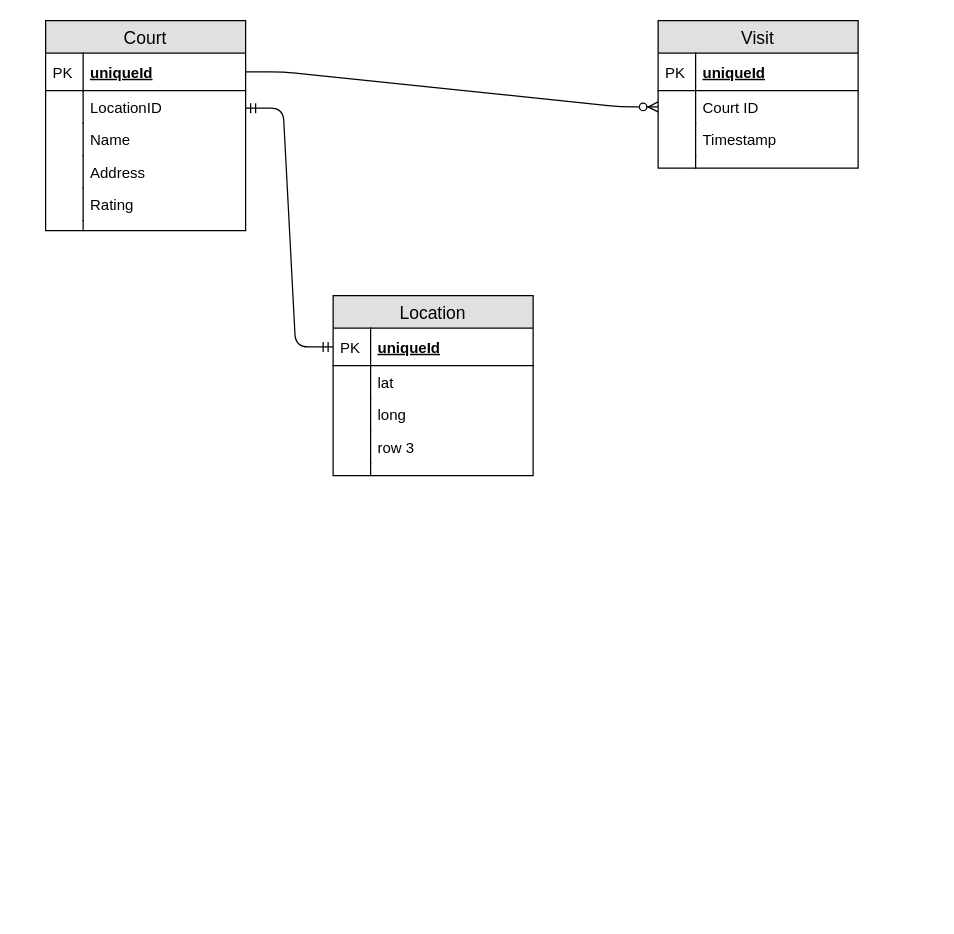
Before: Next-Run.drawio in J-A-H/Next-Run, a draw.io diagram. Source tidied: cells renumbered, new cells numbered last; positions are measured from the earlier drawing's top-left corner, leaving out a move shared by most shapes. Both pictures are drawn from the tidied source at 125%, with x=0, y=0 at pixel (45, 20).
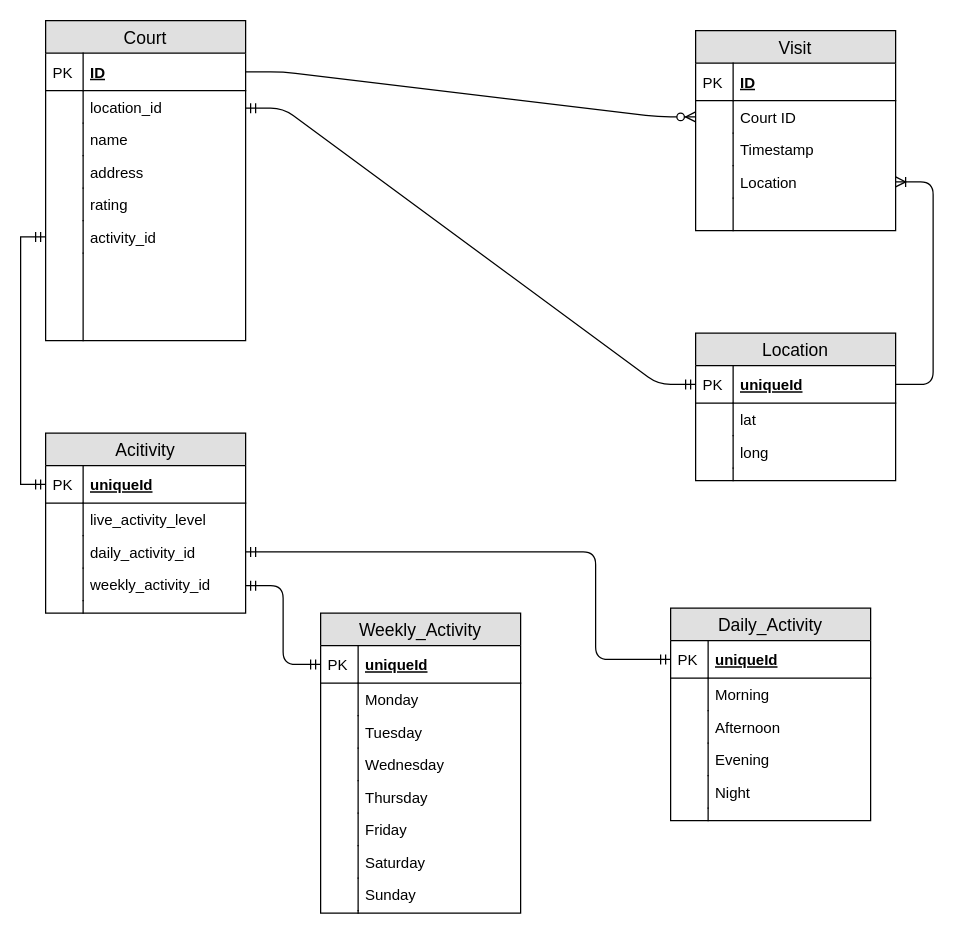
The same diagram, later.

Commit message:
Added Activity table

The change refers to these unchanged cells:
```xml
<mxCell id="18" value="Court ID" style="shape=partialRectangle;top=0;left=0;right=0;bottom=0;align=left;verticalAlign=top;fillColor=none;spacingLeft=34;spacingRight=4;overflow=hidden;points=[[0,0.5],[1,0.5]];portConstraint=eastwest;fontSize=12;" parent="15" vertex="1">
  <mxGeometry y="56" width="160" height="26" as="geometry" />
</mxCell>
<mxCell id="25" value="uniqueId" style="shape=partialRectangle;top=0;left=0;right=0;bottom=1;align=left;verticalAlign=middle;fillColor=none;spacingLeft=34;spacingRight=4;overflow=hidden;points=[[0,0.5],[1,0.5]];portConstraint=eastwest;fontStyle=5;fontSize=12;" parent="24" vertex="1">
  <mxGeometry y="26" width="160" height="30" as="geometry" />
</mxCell>
```

Change to the diagram source:
```diff
@@
     <mxCell id="2" value="Court" style="swimlane;fontStyle=0;horizontal=1;startSize=26;fillColor=#e0e0e0;swimlaneFillColor=#ffffff;align=center;fontSize=14;" parent="1" vertex="1">
-      <mxGeometry width="160" height="168" as="geometry" />
+      <mxGeometry width="160" height="256" as="geometry" />
     </mxCell>
-    <mxCell id="3" value="uniqueId" style="shape=partialRectangle;top=0;left=0;right=0;bottom=1;align=left;verticalAlign=middle;fillColor=none;spacingLeft=34;spacingRight=4;overflow=hidden;points=[[0,0.5],[1,0.5]];portConstraint=eastwest;fontStyle=5;fontSize=12;" parent="2" vertex="1">
+    <mxCell id="3" value="ID" style="shape=partialRectangle;top=0;left=0;right=0;bottom=1;align=left;verticalAlign=middle;fillColor=none;spacingLeft=34;spacingRight=4;overflow=hidden;points=[[0,0.5],[1,0.5]];portConstraint=eastwest;fontStyle=5;fontSize=12;" parent="2" vertex="1">
       <mxGeometry y="26" width="160" height="30" as="geometry" />
     </mxCell>
@@
-    <mxCell id="5" value="LocationID" style="shape=partialRectangle;top=0;left=0;right=0;bottom=0;align=left;verticalAlign=top;fillColor=none;spacingLeft=34;spacingRight=4;overflow=hidden;fontSize=12;" parent="2" vertex="1">
+    <mxCell id="5" value="location_id" style="shape=partialRectangle;top=0;left=0;right=0;bottom=0;align=left;verticalAlign=top;fillColor=none;spacingLeft=34;spacingRight=4;overflow=hidden;fontSize=12;" parent="2" vertex="1">
       <mxGeometry y="56" width="160" height="26" as="geometry" />
     </mxCell>
@@
-    <mxCell id="7" value="Name" style="shape=partialRectangle;top=0;left=0;right=0;bottom=0;align=left;verticalAlign=top;fillColor=none;spacingLeft=34;spacingRight=4;overflow=hidden;fontSize=12;" parent="2" vertex="1">
+    <mxCell id="7" value="name" style="shape=partialRectangle;top=0;left=0;right=0;bottom=0;align=left;verticalAlign=top;fillColor=none;spacingLeft=34;spacingRight=4;overflow=hidden;fontSize=12;" parent="2" vertex="1">
       <mxGeometry y="82" width="160" height="26" as="geometry" />
     </mxCell>
@@
-    <mxCell id="9" value="Address" style="shape=partialRectangle;top=0;left=0;right=0;bottom=0;align=left;verticalAlign=top;fillColor=none;spacingLeft=34;spacingRight=4;overflow=hidden;fontSize=12;" parent="2" vertex="1">
+    <mxCell id="9" value="address" style="shape=partialRectangle;top=0;left=0;right=0;bottom=0;align=left;verticalAlign=top;fillColor=none;spacingLeft=34;spacingRight=4;overflow=hidden;fontSize=12;" parent="2" vertex="1">
       <mxGeometry y="108" width="160" height="26" as="geometry" />
     </mxCell>
@@
-    <mxCell id="11" value="Rating" style="shape=partialRectangle;top=0;left=0;right=0;bottom=0;align=left;verticalAlign=top;fillColor=none;spacingLeft=34;spacingRight=4;overflow=hidden;fontSize=12;" parent="2" vertex="1">
+    <mxCell id="11" value="rating" style="shape=partialRectangle;top=0;left=0;right=0;bottom=0;align=left;verticalAlign=top;fillColor=none;spacingLeft=34;spacingRight=4;overflow=hidden;fontSize=12;" parent="2" vertex="1">
       <mxGeometry y="134" width="160" height="26" as="geometry" />
     </mxCell>
@@
+    <mxCell id="37" value="activity_id" style="shape=partialRectangle;top=0;left=0;right=0;bottom=0;align=left;verticalAlign=top;fillColor=none;spacingLeft=34;spacingRight=4;overflow=hidden;points=[[0,0.5],[1,0.5]];portConstraint=eastwest;fontSize=12;" parent="2" vertex="1">
+      <mxGeometry y="160" width="160" height="26" as="geometry" />
+    </mxCell>
+    <mxCell id="38" style="shape=partialRectangle;top=0;left=0;bottom=0;fillColor=none;align=left;verticalAlign=top;spacingLeft=4;spacingRight=4;overflow=hidden;fontSize=12;" parent="37" vertex="1">
+      <mxGeometry width="30" height="26" as="geometry" />
+    </mxCell>
     <mxCell id="13" style="shape=partialRectangle;top=0;left=0;right=0;bottom=0;align=left;verticalAlign=top;fillColor=none;spacingLeft=34;spacingRight=4;overflow=hidden;fontSize=12;" parent="2" vertex="1">
-      <mxGeometry y="160" width="160" height="8" as="geometry" />
+      <mxGeometry y="186" width="160" height="70" as="geometry" />
     </mxCell>
     <mxCell id="14" style="shape=partialRectangle;top=0;left=0;bottom=0;fillColor=none;align=left;verticalAlign=top;spacingLeft=4;spacingRight=4;overflow=hidden;fontSize=12;" parent="13" vertex="1">
-      <mxGeometry width="30" height="8" as="geometry" />
+      <mxGeometry width="30" height="70" as="geometry" />
     </mxCell>
     <mxCell id="15" value="Visit" style="swimlane;fontStyle=0;horizontal=1;startSize=26;fillColor=#e0e0e0;swimlaneFillColor=#ffffff;align=center;fontSize=14;" parent="1" vertex="1">
-      <mxGeometry x="490" width="160" height="118" as="geometry" />
+      <mxGeometry x="520" y="8" width="160" height="160" as="geometry" />
     </mxCell>
-    <mxCell id="16" value="uniqueId" style="shape=partialRectangle;top=0;left=0;right=0;bottom=1;align=left;verticalAlign=middle;fillColor=none;spacingLeft=34;spacingRight=4;overflow=hidden;fontStyle=5;fontSize=12;" parent="15" vertex="1">
+    <mxCell id="16" value="ID" style="shape=partialRectangle;top=0;left=0;right=0;bottom=1;align=left;verticalAlign=middle;fillColor=none;spacingLeft=34;spacingRight=4;overflow=hidden;fontStyle=5;fontSize=12;" parent="15" vertex="1">
       <mxGeometry y="26" width="160" height="30" as="geometry" />
     </mxCell>
@@
+    <mxCell id="39" value="Location" style="shape=partialRectangle;top=0;left=0;right=0;bottom=0;align=left;verticalAlign=top;fillColor=none;spacingLeft=34;spacingRight=4;overflow=hidden;points=[[0,0.5],[1,0.5]];portConstraint=eastwest;fontSize=12;" parent="15" vertex="1">
+      <mxGeometry y="108" width="160" height="26" as="geometry" />
+    </mxCell>
+    <mxCell id="40" style="shape=partialRectangle;top=0;left=0;bottom=0;fillColor=none;align=left;verticalAlign=top;spacingLeft=4;spacingRight=4;overflow=hidden;fontSize=12;" parent="39" vertex="1">
+      <mxGeometry width="30" height="26" as="geometry" />
+    </mxCell>
     <mxCell id="22" style="shape=partialRectangle;top=0;left=0;right=0;bottom=0;align=left;verticalAlign=top;fillColor=none;spacingLeft=34;spacingRight=4;overflow=hidden;fontSize=12;" parent="15" vertex="1">
-      <mxGeometry y="108" width="160" height="10" as="geometry" />
+      <mxGeometry y="134" width="160" height="26" as="geometry" />
     </mxCell>
     <mxCell id="23" style="shape=partialRectangle;top=0;left=0;bottom=0;fillColor=none;align=left;verticalAlign=top;spacingLeft=4;spacingRight=4;overflow=hidden;fontSize=12;" parent="22" vertex="1">
-      <mxGeometry width="30" height="10" as="geometry" />
+      <mxGeometry width="30" height="26" as="geometry" />
     </mxCell>
     <mxCell id="24" value="Location" style="swimlane;fontStyle=0;horizontal=1;startSize=26;fillColor=#e0e0e0;swimlaneFillColor=#ffffff;align=center;fontSize=14;" parent="1" vertex="1">
-      <mxGeometry x="230" y="220" width="160" height="144" as="geometry" />
+      <mxGeometry x="520" y="250" width="160" height="118" as="geometry" />
     </mxCell>
@@
-    <mxCell id="31" value="row 3" style="shape=partialRectangle;top=0;left=0;right=0;bottom=0;align=left;verticalAlign=top;fillColor=none;spacingLeft=34;spacingRight=4;overflow=hidden;fontSize=12;" parent="24" vertex="1">
-      <mxGeometry y="108" width="160" height="26" as="geometry" />
-    </mxCell>
-    <mxCell id="32" style="shape=partialRectangle;top=0;left=0;bottom=0;fillColor=none;align=left;verticalAlign=top;spacingLeft=4;spacingRight=4;overflow=hidden;fontSize=12;" parent="31" vertex="1">
-      <mxGeometry width="30" height="26" as="geometry" />
-    </mxCell>
     <mxCell id="33" style="shape=partialRectangle;top=0;left=0;right=0;bottom=0;align=left;verticalAlign=top;fillColor=none;spacingLeft=34;spacingRight=4;overflow=hidden;fontSize=12;" parent="24" vertex="1">
-      <mxGeometry y="134" width="160" height="10" as="geometry" />
+      <mxGeometry y="108" width="160" height="10" as="geometry" />
     </mxCell>
@@
-    <mxCell id="35" style="edgeStyle=entityRelationEdgeStyle;fontSize=12;html=1;endArrow=ERzeroToMany;endFill=1;exitX=1;exitY=0.5;exitDx=0;exitDy=0;entryX=0;entryY=0.5;entryDx=0;entryDy=0;" parent="1" edge="1" source="3" target="18">
+    <mxCell id="35" style="edgeStyle=entityRelationEdgeStyle;fontSize=12;html=1;endArrow=ERzeroToMany;endFill=1;exitX=1;exitY=0.5;exitDx=0;exitDy=0;" parent="1" edge="1" source="3" target="18">
       <mxGeometry relative="1" as="geometry" />
     </mxCell>
@@
+    <mxCell id="41" style="edgeStyle=entityRelationEdgeStyle;fontSize=12;html=1;endArrow=ERoneToMany;exitX=1;exitY=0.5;exitDx=0;exitDy=0;" parent="1" edge="1" source="25" target="39">
+      <mxGeometry relative="1" as="geometry" />
+    </mxCell>
+    <mxCell id="42" value="Acitivity" style="swimlane;fontStyle=0;horizontal=1;startSize=26;fillColor=#e0e0e0;swimlaneFillColor=#ffffff;align=center;fontSize=14;" parent="1" vertex="1">
+      <mxGeometry y="330" width="160" height="144" as="geometry" />
+    </mxCell>
+    <mxCell id="43" value="uniqueId" style="shape=partialRectangle;top=0;left=0;right=0;bottom=1;align=left;verticalAlign=middle;fillColor=none;spacingLeft=34;spacingRight=4;overflow=hidden;points=[[0,0.5],[1,0.5]];portConstraint=eastwest;fontStyle=5;fontSize=12;" parent="42" vertex="1">
+      <mxGeometry y="26" width="160" height="30" as="geometry" />
+    </mxCell>
+    <mxCell id="44" value="PK" style="shape=partialRectangle;top=0;left=0;bottom=0;fillColor=none;align=left;verticalAlign=middle;spacingLeft=4;spacingRight=4;overflow=hidden;fontSize=12;" parent="43" vertex="1">
+      <mxGeometry width="30" height="30" as="geometry" />
+    </mxCell>
+    <mxCell id="45" value="live_activity_level" style="shape=partialRectangle;top=0;left=0;right=0;bottom=0;align=left;verticalAlign=top;fillColor=none;spacingLeft=34;spacingRight=4;overflow=hidden;fontSize=12;" parent="42" vertex="1">
+      <mxGeometry y="56" width="160" height="26" as="geometry" />
+    </mxCell>
+    <mxCell id="46" style="shape=partialRectangle;top=0;left=0;bottom=0;fillColor=none;align=left;verticalAlign=top;spacingLeft=4;spacingRight=4;overflow=hidden;fontSize=12;" parent="45" vertex="1">
+      <mxGeometry width="30" height="26" as="geometry" />
+    </mxCell>
+    <mxCell id="47" value="daily_activity_id" style="shape=partialRectangle;top=0;left=0;right=0;bottom=0;align=left;verticalAlign=top;fillColor=none;spacingLeft=34;spacingRight=4;overflow=hidden;points=[[0,0.5],[1,0.5]];portConstraint=eastwest;fontSize=12;" parent="42" vertex="1">
+      <mxGeometry y="82" width="160" height="26" as="geometry" />
+    </mxCell>
+    <mxCell id="48" style="shape=partialRectangle;top=0;left=0;bottom=0;fillColor=none;align=left;verticalAlign=top;spacingLeft=4;spacingRight=4;overflow=hidden;fontSize=12;" parent="47" vertex="1">
+      <mxGeometry width="30" height="26" as="geometry" />
+    </mxCell>
+    <mxCell id="49" value="weekly_activity_id" style="shape=partialRectangle;top=0;left=0;right=0;bottom=0;align=left;verticalAlign=top;fillColor=none;spacingLeft=34;spacingRight=4;overflow=hidden;fontSize=12;" parent="42" vertex="1">
+      <mxGeometry y="108" width="160" height="26" as="geometry" />
+    </mxCell>
+    <mxCell id="50" style="shape=partialRectangle;top=0;left=0;bottom=0;fillColor=none;align=left;verticalAlign=top;spacingLeft=4;spacingRight=4;overflow=hidden;fontSize=12;" parent="49" vertex="1">
+      <mxGeometry width="30" height="26" as="geometry" />
+    </mxCell>
+    <mxCell id="51" style="shape=partialRectangle;top=0;left=0;right=0;bottom=0;align=left;verticalAlign=top;fillColor=none;spacingLeft=34;spacingRight=4;overflow=hidden;fontSize=12;" parent="42" vertex="1">
+      <mxGeometry y="134" width="160" height="10" as="geometry" />
+    </mxCell>
+    <mxCell id="52" style="shape=partialRectangle;top=0;left=0;bottom=0;fillColor=none;align=left;verticalAlign=top;spacingLeft=4;spacingRight=4;overflow=hidden;fontSize=12;" parent="51" vertex="1">
+      <mxGeometry width="30" height="10" as="geometry" />
+    </mxCell>
+    <mxCell id="53" style="edgeStyle=orthogonalEdgeStyle;rounded=0;jettySize=auto;html=1;entryX=0;entryY=0.5;entryDx=0;entryDy=0;startArrow=ERmandOne;startFill=0;endArrow=ERmandOne;endFill=0;" parent="1" edge="1" source="37" target="43">
+      <mxGeometry relative="1" as="geometry" />
+    </mxCell>
+    <mxCell id="54" value="Weekly_Activity" style="swimlane;fontStyle=0;horizontal=1;startSize=26;fillColor=#e0e0e0;swimlaneFillColor=#ffffff;align=center;fontSize=14;" parent="1" vertex="1">
+      <mxGeometry x="220" y="474" width="160" height="240" as="geometry" />
+    </mxCell>
+    <mxCell id="55" value="uniqueId" style="shape=partialRectangle;top=0;left=0;right=0;bottom=1;align=left;verticalAlign=middle;fillColor=none;spacingLeft=34;spacingRight=4;overflow=hidden;points=[[0,0.5],[1,0.5]];portConstraint=eastwest;fontStyle=5;fontSize=12;" parent="54" vertex="1">
+      <mxGeometry y="26" width="160" height="30" as="geometry" />
+    </mxCell>
+    <mxCell id="56" value="PK" style="shape=partialRectangle;top=0;left=0;bottom=0;fillColor=none;align=left;verticalAlign=middle;spacingLeft=4;spacingRight=4;overflow=hidden;fontSize=12;" parent="55" vertex="1">
+      <mxGeometry width="30" height="30" as="geometry" />
+    </mxCell>
+    <mxCell id="57" value="Monday" style="shape=partialRectangle;top=0;left=0;right=0;bottom=0;align=left;verticalAlign=top;fillColor=none;spacingLeft=34;spacingRight=4;overflow=hidden;fontSize=12;" parent="54" vertex="1">
+      <mxGeometry y="56" width="160" height="26" as="geometry" />
+    </mxCell>
+    <mxCell id="58" style="shape=partialRectangle;top=0;left=0;bottom=0;fillColor=none;align=left;verticalAlign=top;spacingLeft=4;spacingRight=4;overflow=hidden;fontSize=12;" parent="57" vertex="1">
+      <mxGeometry width="30" height="26" as="geometry" />
+    </mxCell>
+    <mxCell id="59" value="Tuesday" style="shape=partialRectangle;top=0;left=0;right=0;bottom=0;align=left;verticalAlign=top;fillColor=none;spacingLeft=34;spacingRight=4;overflow=hidden;fontSize=12;" parent="54" vertex="1">
+      <mxGeometry y="82" width="160" height="26" as="geometry" />
+    </mxCell>
+    <mxCell id="60" style="shape=partialRectangle;top=0;left=0;bottom=0;fillColor=none;align=left;verticalAlign=top;spacingLeft=4;spacingRight=4;overflow=hidden;fontSize=12;" parent="59" vertex="1">
+      <mxGeometry width="30" height="26" as="geometry" />
+    </mxCell>
+    <mxCell id="61" value="Wednesday" style="shape=partialRectangle;top=0;left=0;right=0;bottom=0;align=left;verticalAlign=top;fillColor=none;spacingLeft=34;spacingRight=4;overflow=hidden;fontSize=12;" parent="54" vertex="1">
+      <mxGeometry y="108" width="160" height="26" as="geometry" />
+    </mxCell>
+    <mxCell id="62" style="shape=partialRectangle;top=0;left=0;bottom=0;fillColor=none;align=left;verticalAlign=top;spacingLeft=4;spacingRight=4;overflow=hidden;fontSize=12;" parent="61" vertex="1">
+      <mxGeometry width="30" height="26" as="geometry" />
+    </mxCell>
+    <mxCell id="63" value="Thursday" style="shape=partialRectangle;top=0;left=0;right=0;bottom=0;align=left;verticalAlign=top;fillColor=none;spacingLeft=34;spacingRight=4;overflow=hidden;fontSize=12;" parent="54" vertex="1">
+      <mxGeometry y="134" width="160" height="26" as="geometry" />
+    </mxCell>
+    <mxCell id="64" style="shape=partialRectangle;top=0;left=0;bottom=0;fillColor=none;align=left;verticalAlign=top;spacingLeft=4;spacingRight=4;overflow=hidden;fontSize=12;" parent="63" vertex="1">
+      <mxGeometry width="30" height="26" as="geometry" />
+    </mxCell>
+    <mxCell id="65" value="Friday" style="shape=partialRectangle;top=0;left=0;right=0;bottom=0;align=left;verticalAlign=top;fillColor=none;spacingLeft=34;spacingRight=4;overflow=hidden;fontSize=12;" parent="54" vertex="1">
+      <mxGeometry y="160" width="160" height="26" as="geometry" />
+    </mxCell>
+    <mxCell id="66" style="shape=partialRectangle;top=0;left=0;bottom=0;fillColor=none;align=left;verticalAlign=top;spacingLeft=4;spacingRight=4;overflow=hidden;fontSize=12;" parent="65" vertex="1">
+      <mxGeometry width="30" height="26" as="geometry" />
+    </mxCell>
+    <mxCell id="67" value="Saturday" style="shape=partialRectangle;top=0;left=0;right=0;bottom=0;align=left;verticalAlign=top;fillColor=none;spacingLeft=34;spacingRight=4;overflow=hidden;fontSize=12;" parent="54" vertex="1">
+      <mxGeometry y="186" width="160" height="26" as="geometry" />
+    </mxCell>
+    <mxCell id="68" style="shape=partialRectangle;top=0;left=0;bottom=0;fillColor=none;align=left;verticalAlign=top;spacingLeft=4;spacingRight=4;overflow=hidden;fontSize=12;" parent="67" vertex="1">
+      <mxGeometry width="30" height="26" as="geometry" />
+    </mxCell>
+    <mxCell id="69" value="Sunday" style="shape=partialRectangle;top=0;left=0;right=0;bottom=0;align=left;verticalAlign=top;fillColor=none;spacingLeft=34;spacingRight=4;overflow=hidden;fontSize=12;" parent="54" vertex="1">
+      <mxGeometry y="212" width="160" height="26" as="geometry" />
+    </mxCell>
+    <mxCell id="70" style="shape=partialRectangle;top=0;left=0;bottom=0;fillColor=none;align=left;verticalAlign=top;spacingLeft=4;spacingRight=4;overflow=hidden;fontSize=12;" parent="69" vertex="1">
+      <mxGeometry width="30" height="26" as="geometry" />
+    </mxCell>
+    <mxCell id="71" style="shape=partialRectangle;top=0;left=0;right=0;bottom=0;align=left;verticalAlign=top;fillColor=none;spacingLeft=34;spacingRight=4;overflow=hidden;fontSize=12;" parent="54" vertex="1">
+      <mxGeometry y="238" width="160" height="2" as="geometry" />
+    </mxCell>
+    <mxCell id="72" style="shape=partialRectangle;top=0;left=0;bottom=0;fillColor=none;align=left;verticalAlign=top;spacingLeft=4;spacingRight=4;overflow=hidden;fontSize=12;" parent="71" vertex="1">
+      <mxGeometry width="30" height="2" as="geometry" />
+    </mxCell>
+    <mxCell id="73" value="Daily_Activity" style="swimlane;fontStyle=0;horizontal=1;startSize=26;fillColor=#e0e0e0;swimlaneFillColor=#ffffff;align=center;fontSize=14;" parent="1" vertex="1">
+      <mxGeometry x="500" y="470" width="160" height="170" as="geometry" />
+    </mxCell>
+    <mxCell id="74" value="uniqueId" style="shape=partialRectangle;top=0;left=0;right=0;bottom=1;align=left;verticalAlign=middle;fillColor=none;spacingLeft=34;spacingRight=4;overflow=hidden;points=[[0,0.5],[1,0.5]];portConstraint=eastwest;fontStyle=5;fontSize=12;" parent="73" vertex="1">
+      <mxGeometry y="26" width="160" height="30" as="geometry" />
+    </mxCell>
+    <mxCell id="75" value="PK" style="shape=partialRectangle;top=0;left=0;bottom=0;fillColor=none;align=left;verticalAlign=middle;spacingLeft=4;spacingRight=4;overflow=hidden;fontSize=12;" parent="74" vertex="1">
+      <mxGeometry width="30" height="30" as="geometry" />
+    </mxCell>
+    <mxCell id="76" value="Morning" style="shape=partialRectangle;top=0;left=0;right=0;bottom=0;align=left;verticalAlign=top;fillColor=none;spacingLeft=34;spacingRight=4;overflow=hidden;fontSize=12;" parent="73" vertex="1">
+      <mxGeometry y="56" width="160" height="26" as="geometry" />
+    </mxCell>
+    <mxCell id="77" style="shape=partialRectangle;top=0;left=0;bottom=0;fillColor=none;align=left;verticalAlign=top;spacingLeft=4;spacingRight=4;overflow=hidden;fontSize=12;" parent="76" vertex="1">
+      <mxGeometry width="30" height="26" as="geometry" />
+    </mxCell>
+    <mxCell id="78" value="Afternoon" style="shape=partialRectangle;top=0;left=0;right=0;bottom=0;align=left;verticalAlign=top;fillColor=none;spacingLeft=34;spacingRight=4;overflow=hidden;fontSize=12;" parent="73" vertex="1">
+      <mxGeometry y="82" width="160" height="26" as="geometry" />
+    </mxCell>
+    <mxCell id="79" style="shape=partialRectangle;top=0;left=0;bottom=0;fillColor=none;align=left;verticalAlign=top;spacingLeft=4;spacingRight=4;overflow=hidden;fontSize=12;" parent="78" vertex="1">
+      <mxGeometry width="30" height="26" as="geometry" />
+    </mxCell>
+    <mxCell id="80" value="Evening" style="shape=partialRectangle;top=0;left=0;right=0;bottom=0;align=left;verticalAlign=top;fillColor=none;spacingLeft=34;spacingRight=4;overflow=hidden;fontSize=12;" parent="73" vertex="1">
+      <mxGeometry y="108" width="160" height="26" as="geometry" />
+    </mxCell>
+    <mxCell id="81" style="shape=partialRectangle;top=0;left=0;bottom=0;fillColor=none;align=left;verticalAlign=top;spacingLeft=4;spacingRight=4;overflow=hidden;fontSize=12;" parent="80" vertex="1">
+      <mxGeometry width="30" height="26" as="geometry" />
+    </mxCell>
+    <mxCell id="82" value="Night" style="shape=partialRectangle;top=0;left=0;right=0;bottom=0;align=left;verticalAlign=top;fillColor=none;spacingLeft=34;spacingRight=4;overflow=hidden;fontSize=12;" parent="73" vertex="1">
+      <mxGeometry y="134" width="160" height="26" as="geometry" />
+    </mxCell>
+    <mxCell id="83" style="shape=partialRectangle;top=0;left=0;bottom=0;fillColor=none;align=left;verticalAlign=top;spacingLeft=4;spacingRight=4;overflow=hidden;fontSize=12;" parent="82" vertex="1">
+      <mxGeometry width="30" height="26" as="geometry" />
+    </mxCell>
+    <mxCell id="84" style="shape=partialRectangle;top=0;left=0;right=0;bottom=0;align=left;verticalAlign=top;fillColor=none;spacingLeft=34;spacingRight=4;overflow=hidden;fontSize=12;" parent="73" vertex="1">
+      <mxGeometry y="160" width="160" height="10" as="geometry" />
+    </mxCell>
+    <mxCell id="85" style="shape=partialRectangle;top=0;left=0;bottom=0;fillColor=none;align=left;verticalAlign=top;spacingLeft=4;spacingRight=4;overflow=hidden;fontSize=12;" parent="84" vertex="1">
+      <mxGeometry width="30" height="10" as="geometry" />
+    </mxCell>
+    <mxCell id="86" style="edgeStyle=elbowEdgeStyle;fontSize=12;html=1;endArrow=ERmandOne;startArrow=ERmandOne;entryX=0;entryY=0.5;entryDx=0;entryDy=0;" parent="1" edge="1" target="55">
+      <mxGeometry relative="1" as="geometry">
+        <mxPoint x="160" y="452" as="sourcePoint" />
+      </mxGeometry>
+    </mxCell>
+    <mxCell id="87" style="edgeStyle=elbowEdgeStyle;fontSize=12;html=1;endArrow=ERmandOne;startArrow=ERmandOne;exitX=1;exitY=0.5;exitDx=0;exitDy=0;entryX=0;entryY=0.5;entryDx=0;entryDy=0;" parent="1" edge="1" source="47" target="74">
+      <mxGeometry relative="1" as="geometry">
+        <Array as="points">
+          <mxPoint x="440" y="470" />
+        </Array>
+      </mxGeometry>
+    </mxCell>
```
